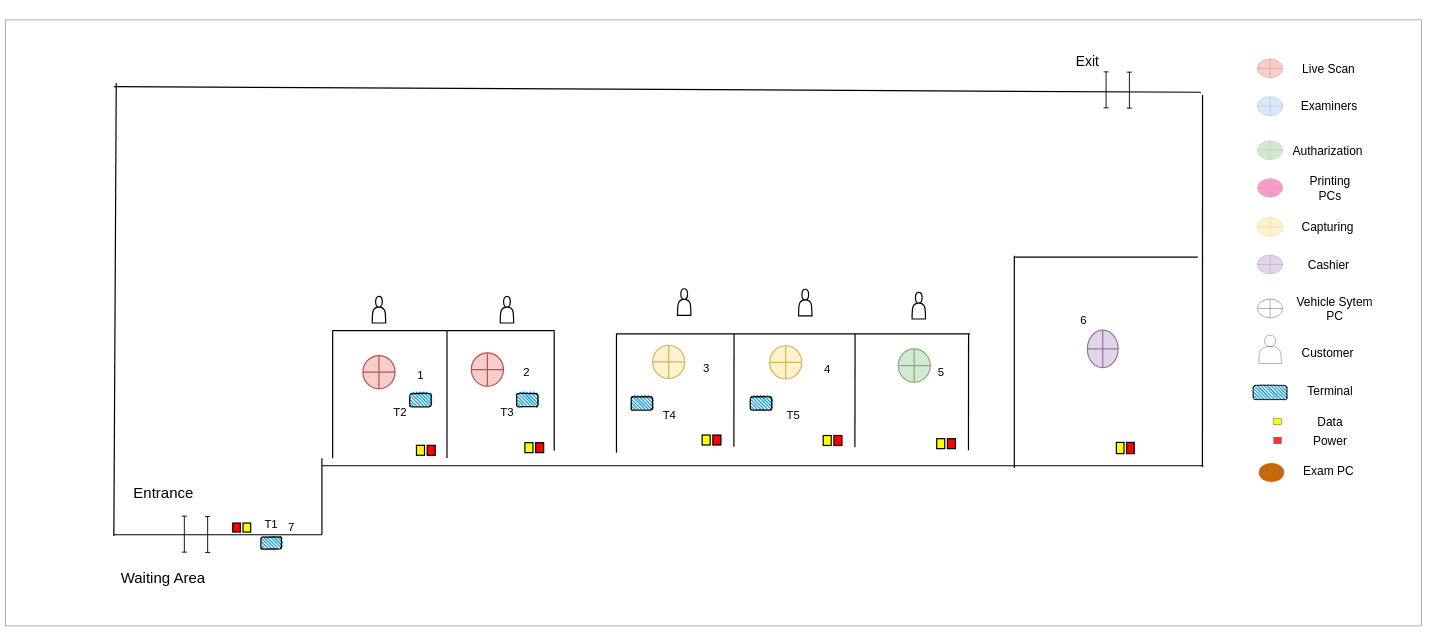
This is trinco.drawio from thushan-harshajeewa/dmt-diagrams, a draw.io file, before an edit. Source tidied: cells renumbered, new cells numbered last; positions are measured from the earlier drawing's top-left corner, leaving out a move shared by most shapes. Both pictures are drawn from the tidied source at 30%, with x=0, y=0 at pixel (5, 20).
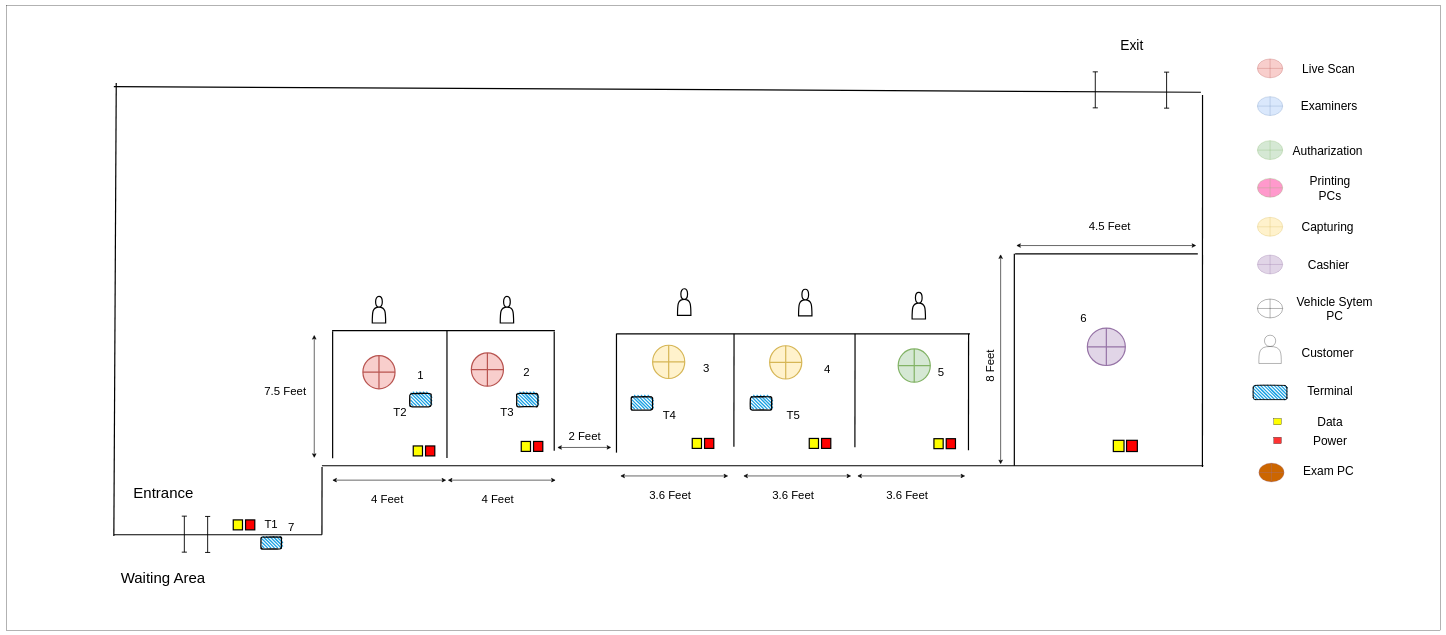
The same page after the edit.

The change refers to these unchanged cells:
```xml
<mxCell id="28" style="group;" parent="1" vertex="1">
  <mxGeometry x="362" y="10" width="3632" height="1890" as="geometry" />
</mxCell>
<mxCell id="46" style="group;" parent="28" vertex="1">
  <mxGeometry x="693.6" y="886" width="2160" height="820" as="geometry" />
</mxCell>
```

What changed in the source:
```diff
@@
     <mxCell id="2" style="rounded=0;whiteSpace=wrap;html=1;" parent="1" vertex="1">
-      <mxGeometry width="4720" height="2020" as="geometry" />
+      <mxGeometry x="5" y="-49" width="4780" height="2083" as="geometry" />
     </mxCell>
@@
     <mxCell id="33" style="shape=crossbar;whiteSpace=wrap;html=1;rounded=1;direction=south;strokeWidth=3;" parent="28" vertex="1">
-      <mxGeometry x="3298.9" y="163" width="17.1" height="120" as="geometry" />
+      <mxGeometry x="3262.9" y="163" width="17.1" height="120" as="geometry" />
     </mxCell>
     <mxCell id="34" style="shape=crossbar;whiteSpace=wrap;html=1;rounded=1;direction=south;strokeWidth=3;" parent="28" vertex="1">
-      <mxGeometry x="3376.6" y="164" width="17.1" height="120" as="geometry" />
+      <mxGeometry x="3500.6" y="164" width="17.1" height="120" as="geometry" />
     </mxCell>
@@
     <mxCell id="38" value="&lt;font style=&quot;font-size: 46px;&quot;&gt;Exit&lt;/font&gt;" style="text;html=1;align=center;verticalAlign=middle;whiteSpace=wrap;rounded=0;strokeWidth=4;" parent="28" vertex="1">
-      <mxGeometry x="3220.3" y="113" width="51.3" height="30" as="geometry" />
+      <mxGeometry x="3368" y="60" width="51.3" height="30" as="geometry" />
     </mxCell>
@@
-    <mxCell id="42" style="rounded=0;whiteSpace=wrap;html=1;fillColor=#FFFF00;strokeWidth=4;" parent="28" vertex="1">
-      <mxGeometry x="430.5" y="1667" width="25.6" height="30" as="geometry" />
-    </mxCell>
-    <mxCell id="43" style="rounded=0;whiteSpace=wrap;html=1;fillColor=#FF0000;strokeWidth=4;" parent="28" vertex="1">
-      <mxGeometry x="396.3" y="1667" width="25.6" height="30" as="geometry" />
-    </mxCell>
@@
     <mxCell id="47" style="endArrow=none;html=1;strokeWidth=4;" parent="46" edge="1">
       <mxGeometry relative="1" as="geometry">
-        <mxPoint y="565.1" as="sourcePoint" />
+        <mxPoint x="0.4" y="594" as="sourcePoint" />
         <mxPoint y="820" as="targetPoint" />
       </mxGeometry>
     </mxCell>
@@
-    <mxCell id="51" style="rounded=0;whiteSpace=wrap;html=1;fillColor=#FFFF00;strokeWidth=4;" parent="46" vertex="1">
-      <mxGeometry x="315.1" y="521.9" width="26.8" height="33.2" as="geometry" />
-    </mxCell>
-    <mxCell id="52" style="rounded=0;whiteSpace=wrap;html=1;fillColor=#FF0000;strokeWidth=4;" parent="46" vertex="1">
-      <mxGeometry x="350.8" y="521.9" width="26.8" height="33.2" as="geometry" />
-    </mxCell>
@@
-    <mxCell id="56" style="rounded=0;whiteSpace=wrap;html=1;fillColor=#FFFF00;strokeWidth=4;" parent="46" vertex="1">
-      <mxGeometry x="676.6" y="513.1" width="26.8" height="33.2" as="geometry" />
-    </mxCell>
-    <mxCell id="57" style="rounded=0;whiteSpace=wrap;html=1;fillColor=#FF0000;strokeWidth=4;" parent="46" vertex="1">
-      <mxGeometry x="712.3" y="513.1" width="26.8" height="33.2" as="geometry" />
-    </mxCell>
@@
-    <mxCell id="61" style="rounded=0;whiteSpace=wrap;html=1;fillColor=#FFFF00;strokeWidth=4;" parent="46" vertex="1">
-      <mxGeometry x="1267.4" y="487.6" width="26.8" height="33.2" as="geometry" />
-    </mxCell>
-    <mxCell id="62" style="rounded=0;whiteSpace=wrap;html=1;fillColor=#FF0000;strokeWidth=4;" parent="46" vertex="1">
-      <mxGeometry x="1303.1" y="487.6" width="26.8" height="33.2" as="geometry" />
-    </mxCell>
@@
-    <mxCell id="75" style="rounded=0;whiteSpace=wrap;html=1;fillColor=#FFFF00;strokeWidth=4;" parent="46" vertex="1">
-      <mxGeometry x="1670.9" y="489.2" width="26.8" height="33.2" as="geometry" />
-    </mxCell>
-    <mxCell id="76" style="rounded=0;whiteSpace=wrap;html=1;fillColor=#FF0000;strokeWidth=4;" parent="46" vertex="1">
-      <mxGeometry x="1706.6" y="489.2" width="26.8" height="33.2" as="geometry" />
-    </mxCell>
@@
-    <mxCell id="81" style="rounded=0;whiteSpace=wrap;html=1;fillColor=#FFFF00;strokeWidth=4;" parent="46" vertex="1">
-      <mxGeometry x="2049.3" y="499.8" width="26.8" height="33.2" as="geometry" />
-    </mxCell>
-    <mxCell id="82" style="rounded=0;whiteSpace=wrap;html=1;fillColor=#FF0000;strokeWidth=4;" parent="46" vertex="1">
-      <mxGeometry x="2085" y="499.8" width="26.8" height="33.2" as="geometry" />
-    </mxCell>
@@
+    <mxCell id="97" style="endArrow=classic;startArrow=classic;html=1;endSize=10;startSize=10;strokeWidth=2;" parent="46" edge="1">
+      <mxGeometry relative="1" as="geometry">
+        <mxPoint x="34.4" y="638" as="sourcePoint" />
+        <mxPoint x="414.4" y="638" as="targetPoint" />
+      </mxGeometry>
+    </mxCell>
+    <mxCell id="98" style="endArrow=classic;startArrow=classic;html=1;endSize=10;startSize=10;strokeWidth=2;" parent="46" edge="1">
+      <mxGeometry relative="1" as="geometry">
+        <mxPoint x="419.4" y="638" as="sourcePoint" />
+        <mxPoint x="779.4" y="638" as="targetPoint" />
+      </mxGeometry>
+    </mxCell>
+    <mxCell id="99" value="&lt;font style=&quot;font-size: 38px;&quot;&gt;4 Feet&lt;/font&gt;" style="text;html=1;align=center;verticalAlign=middle;whiteSpace=wrap;rounded=0;strokeWidth=4;" parent="46" vertex="1">
+      <mxGeometry x="136.6" y="684" width="163.4" height="33.2" as="geometry" />
+    </mxCell>
+    <mxCell id="100" value="&lt;font style=&quot;font-size: 38px;&quot;&gt;4 Feet&lt;/font&gt;" style="text;html=1;align=center;verticalAlign=middle;whiteSpace=wrap;rounded=0;strokeWidth=4;" parent="46" vertex="1">
+      <mxGeometry x="504.4" y="684" width="163.4" height="33.2" as="geometry" />
+    </mxCell>
+    <mxCell id="101" style="endArrow=classic;startArrow=classic;html=1;endSize=10;startSize=10;strokeWidth=2;" parent="46" edge="1">
+      <mxGeometry relative="1" as="geometry">
+        <mxPoint x="994.4" y="624" as="sourcePoint" />
+        <mxPoint x="1354.4" y="624" as="targetPoint" />
+      </mxGeometry>
+    </mxCell>
+    <mxCell id="102" value="&lt;font style=&quot;font-size: 38px;&quot;&gt;3.6 Feet&lt;/font&gt;" style="text;html=1;align=center;verticalAlign=middle;whiteSpace=wrap;rounded=0;strokeWidth=4;" parent="46" vertex="1">
+      <mxGeometry x="1079.4" y="670" width="163.4" height="33.2" as="geometry" />
+    </mxCell>
+    <mxCell id="103" style="endArrow=classic;startArrow=classic;html=1;endSize=10;startSize=10;strokeWidth=2;" parent="46" edge="1">
+      <mxGeometry relative="1" as="geometry">
+        <mxPoint x="1404.4" y="624" as="sourcePoint" />
+        <mxPoint x="1764.4" y="624" as="targetPoint" />
+      </mxGeometry>
+    </mxCell>
+    <mxCell id="104" value="&lt;font style=&quot;font-size: 38px;&quot;&gt;3.6 Feet&lt;/font&gt;" style="text;html=1;align=center;verticalAlign=middle;whiteSpace=wrap;rounded=0;strokeWidth=4;" parent="46" vertex="1">
+      <mxGeometry x="1489.4" y="670" width="163.4" height="33.2" as="geometry" />
+    </mxCell>
+    <mxCell id="105" style="endArrow=classic;startArrow=classic;html=1;endSize=10;startSize=10;strokeWidth=2;" parent="46" edge="1">
+      <mxGeometry relative="1" as="geometry">
+        <mxPoint x="1784.4" y="624" as="sourcePoint" />
+        <mxPoint x="2144.4" y="624" as="targetPoint" />
+      </mxGeometry>
+    </mxCell>
+    <mxCell id="106" value="&lt;font style=&quot;font-size: 38px;&quot;&gt;3.6 Feet&lt;/font&gt;" style="text;html=1;align=center;verticalAlign=middle;whiteSpace=wrap;rounded=0;strokeWidth=4;" parent="46" vertex="1">
+      <mxGeometry x="1869.4" y="670" width="163.4" height="33.2" as="geometry" />
+    </mxCell>
+    <mxCell id="107" style="endArrow=classic;startArrow=classic;html=1;endSize=10;startSize=10;strokeWidth=2;" parent="46" edge="1">
+      <mxGeometry relative="1" as="geometry">
+        <mxPoint x="784.4" y="529.1" as="sourcePoint" />
+        <mxPoint x="964.4" y="528.8" as="targetPoint" />
+      </mxGeometry>
+    </mxCell>
+    <mxCell id="108" value="&lt;font style=&quot;font-size: 38px;&quot;&gt;2 Feet&lt;/font&gt;" style="text;html=1;align=center;verticalAlign=middle;whiteSpace=wrap;rounded=0;strokeWidth=4;" parent="46" vertex="1">
+      <mxGeometry x="794.4" y="474" width="163.4" height="33.2" as="geometry" />
+    </mxCell>
+    <mxCell id="109" style="group;" parent="46" vertex="1">
+      <mxGeometry x="2040" y="499.8" width="71.8" height="33.2" as="geometry" />
+    </mxCell>
+    <mxCell id="81" style="rounded=0;whiteSpace=wrap;html=1;fillColor=#FFFF00;strokeWidth=4;" parent="109" vertex="1">
+      <mxGeometry width="30.8" height="33.2" as="geometry" />
+    </mxCell>
+    <mxCell id="82" style="rounded=0;whiteSpace=wrap;html=1;fillColor=#FF0000;strokeWidth=4;" parent="109" vertex="1">
+      <mxGeometry x="41" width="30.8" height="33.2" as="geometry" />
+    </mxCell>
+    <mxCell id="110" style="group;" parent="46" vertex="1">
+      <mxGeometry x="1624.4" y="499" width="71.8" height="33.2" as="geometry" />
+    </mxCell>
+    <mxCell id="111" style="rounded=0;whiteSpace=wrap;html=1;fillColor=#FFFF00;strokeWidth=4;" parent="110" vertex="1">
+      <mxGeometry width="30.8" height="33.2" as="geometry" />
+    </mxCell>
+    <mxCell id="112" style="rounded=0;whiteSpace=wrap;html=1;fillColor=#FF0000;strokeWidth=4;" parent="110" vertex="1">
+      <mxGeometry x="41" width="30.8" height="33.2" as="geometry" />
+    </mxCell>
+    <mxCell id="113" style="group;" parent="46" vertex="1">
+      <mxGeometry x="1234.4" y="499" width="71.8" height="33.2" as="geometry" />
+    </mxCell>
+    <mxCell id="114" style="rounded=0;whiteSpace=wrap;html=1;fillColor=#FFFF00;strokeWidth=4;" parent="113" vertex="1">
+      <mxGeometry width="30.8" height="33.2" as="geometry" />
+    </mxCell>
+    <mxCell id="115" style="rounded=0;whiteSpace=wrap;html=1;fillColor=#FF0000;strokeWidth=4;" parent="113" vertex="1">
+      <mxGeometry x="41" width="30.8" height="33.2" as="geometry" />
+    </mxCell>
+    <mxCell id="116" style="group;" parent="46" vertex="1">
+      <mxGeometry x="664.4" y="509" width="71.8" height="33.2" as="geometry" />
+    </mxCell>
+    <mxCell id="117" style="rounded=0;whiteSpace=wrap;html=1;fillColor=#FFFF00;strokeWidth=4;" parent="116" vertex="1">
+      <mxGeometry width="30.8" height="33.2" as="geometry" />
+    </mxCell>
+    <mxCell id="118" style="rounded=0;whiteSpace=wrap;html=1;fillColor=#FF0000;strokeWidth=4;" parent="116" vertex="1">
+      <mxGeometry x="41" width="30.8" height="33.2" as="geometry" />
+    </mxCell>
+    <mxCell id="119" style="group;" parent="46" vertex="1">
+      <mxGeometry x="304.4" y="524" width="71.8" height="33.2" as="geometry" />
+    </mxCell>
+    <mxCell id="120" style="rounded=0;whiteSpace=wrap;html=1;fillColor=#FFFF00;strokeWidth=4;" parent="119" vertex="1">
+      <mxGeometry width="30.8" height="33.2" as="geometry" />
+    </mxCell>
+    <mxCell id="121" style="rounded=0;whiteSpace=wrap;html=1;fillColor=#FF0000;strokeWidth=4;" parent="119" vertex="1">
+      <mxGeometry x="41" width="30.8" height="33.2" as="geometry" />
+    </mxCell>
     <mxCell id="90" style="group;" parent="28" vertex="1">
-      <mxGeometry x="3001.6" y="776" width="611.6" height="707.2" as="geometry" />
+      <mxGeometry x="3001.6" y="769" width="611.6" height="707.2" as="geometry" />
     </mxCell>
@@
     <mxCell id="92" style="endArrow=none;html=1;strokeWidth=4;" parent="90" edge="1">
       <mxGeometry relative="1" as="geometry">
-        <mxPoint x="2.6" y="4.5" as="sourcePoint" />
-        <mxPoint x="611.6" y="4.5" as="targetPoint" />
+        <mxPoint x="2.6" y="0.5" as="sourcePoint" />
+        <mxPoint x="611.6" y="0.5" as="targetPoint" />
       </mxGeometry>
     </mxCell>
     <mxCell id="93" style="shape=orEllipse;perimeter=ellipsePerimeter;whiteSpace=wrap;html=1;backgroundOutline=1;fillColor=#e1d5e7;strokeColor=#9673a6;strokeWidth=4;" parent="90" vertex="1">
-      <mxGeometry x="243.4" y="248.1" width="102.5" height="124.7" as="geometry" />
+      <mxGeometry x="243.4" y="248.1" width="126.6" height="124.7" as="geometry" />
     </mxCell>
     <mxCell id="94" style="rounded=0;whiteSpace=wrap;html=1;fillColor=#FFFF00;strokeWidth=4;" parent="90" vertex="1">
-      <mxGeometry x="340" y="622.2" width="25.6" height="37.4" as="geometry" />
+      <mxGeometry x="330" y="622.2" width="35.6" height="37.4" as="geometry" />
     </mxCell>
     <mxCell id="95" style="rounded=0;whiteSpace=wrap;html=1;fillColor=#FF0000;strokeWidth=4;" parent="90" vertex="1">
-      <mxGeometry x="374.1" y="622.2" width="25.6" height="37.4" as="geometry" />
+      <mxGeometry x="374.1" y="622.2" width="35.9" height="37.4" as="geometry" />
     </mxCell>
@@
+    <mxCell id="122" style="endArrow=classic;startArrow=classic;html=1;endSize=10;startSize=10;strokeWidth=2;" parent="28" edge="1">
+      <mxGeometry relative="1" as="geometry">
+        <mxPoint x="668" y="1040" as="sourcePoint" />
+        <mxPoint x="668" y="1450" as="targetPoint" />
+      </mxGeometry>
+    </mxCell>
+    <mxCell id="123" value="&lt;font style=&quot;font-size: 38px;&quot;&gt;7.5 Feet&lt;/font&gt;" style="text;html=1;align=center;verticalAlign=middle;whiteSpace=wrap;rounded=0;strokeWidth=4;" parent="28" vertex="1">
+      <mxGeometry x="490.3" y="1210" width="163.4" height="33.2" as="geometry" />
+    </mxCell>
+    <mxCell id="124" style="endArrow=classic;startArrow=classic;html=1;endSize=10;startSize=10;strokeWidth=2;" parent="28" edge="1">
+      <mxGeometry relative="1" as="geometry">
+        <mxPoint x="3008" y="742" as="sourcePoint" />
+        <mxPoint x="3608" y="742" as="targetPoint" />
+      </mxGeometry>
+    </mxCell>
+    <mxCell id="125" value="&lt;font style=&quot;font-size: 38px;&quot;&gt;4.5 Feet&lt;/font&gt;" style="text;html=1;align=center;verticalAlign=middle;whiteSpace=wrap;rounded=0;strokeWidth=4;" parent="28" vertex="1">
+      <mxGeometry x="3238" y="662" width="163.4" height="33.2" as="geometry" />
+    </mxCell>
+    <mxCell id="126" style="endArrow=classic;startArrow=classic;html=1;endSize=10;startSize=10;strokeWidth=2;" parent="28" edge="1">
+      <mxGeometry relative="1" as="geometry">
+        <mxPoint x="2956" y="771" as="sourcePoint" />
+        <mxPoint x="2956" y="1471" as="targetPoint" />
+      </mxGeometry>
+    </mxCell>
+    <mxCell id="127" value="&lt;font style=&quot;font-size: 38px;&quot;&gt;8 Feet&lt;/font&gt;" style="text;html=1;align=center;verticalAlign=middle;whiteSpace=wrap;rounded=0;strokeWidth=4;rotation=270;" parent="28" vertex="1">
+      <mxGeometry x="2839" y="1126" width="163.4" height="33.2" as="geometry" />
+    </mxCell>
+    <mxCell id="128" style="group;" parent="28" vertex="1">
+      <mxGeometry x="398" y="1656.5" width="71.8" height="33.2" as="geometry" />
+    </mxCell>
+    <mxCell id="129" style="rounded=0;whiteSpace=wrap;html=1;fillColor=#FFFF00;strokeWidth=4;" parent="128" vertex="1">
+      <mxGeometry width="30.8" height="33.2" as="geometry" />
+    </mxCell>
+    <mxCell id="130" style="rounded=0;whiteSpace=wrap;html=1;fillColor=#FF0000;strokeWidth=4;" parent="128" vertex="1">
+      <mxGeometry x="41" width="30.8" height="33.2" as="geometry" />
+    </mxCell>
```
